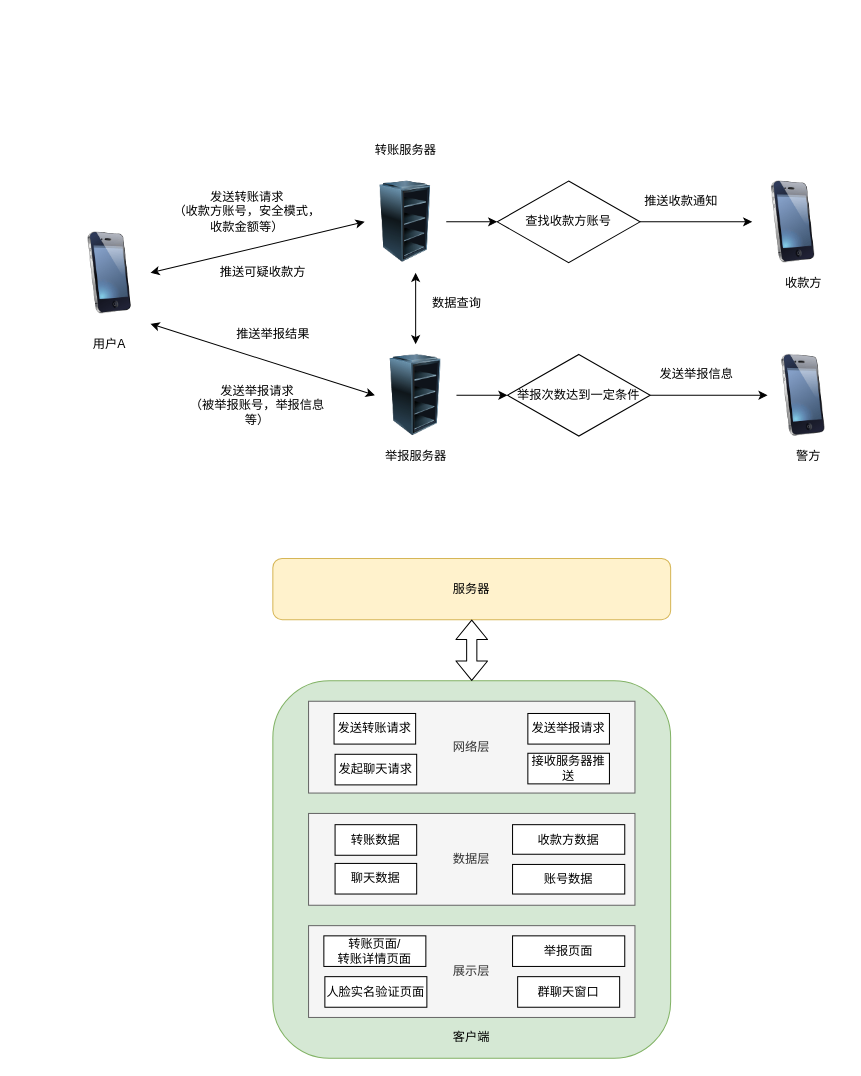
Before: page "Page-9" (9 of 9) of Untitled Diagram.drawio in wind1096471134/Brainstorming, a draw.io diagram. Source tidied: cells renumbered, new cells numbered last; positions are measured from the earlier drawing's top-left corner, leaving out a move shared by most shapes. Both pictures are drawn from the tidied source at 102%, with x=0, y=0 at pixel (68, 140).
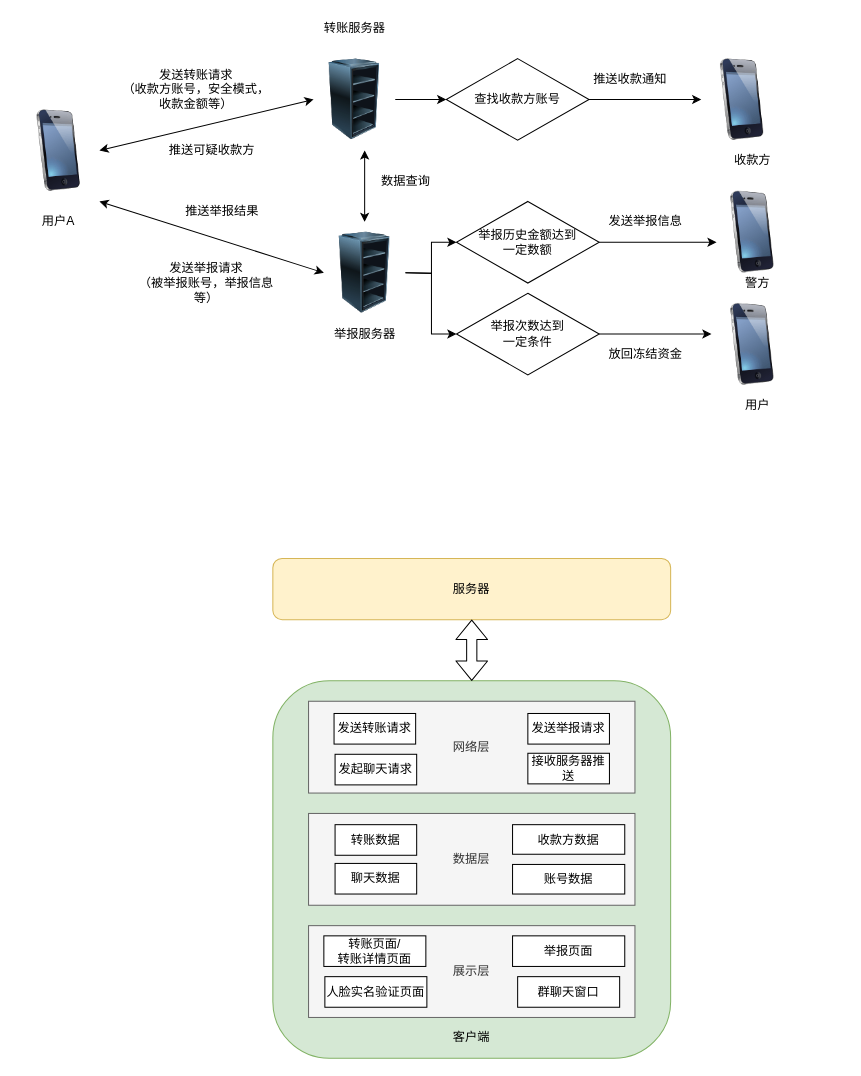
The same diagram, later.

What changed in the source:
```diff
@@
     <mxCell id="2" style="image;html=1;labelBackgroundColor=#ffffff;image=img/lib/clip_art/telecommunication/iPhone_128x128.png;" parent="1" vertex="1">
-      <mxGeometry y="90" width="80" height="80" as="geometry" />
+      <mxGeometry x="-50" y="-30" width="80" height="80" as="geometry" />
     </mxCell>
     <mxCell id="3" value="用户A" style="text;html=1;strokeColor=none;fillColor=none;align=center;verticalAlign=middle;whiteSpace=wrap;rounded=0;" parent="1" vertex="1">
-      <mxGeometry x="20" y="190" width="40" height="20" as="geometry" />
+      <mxGeometry x="-30" y="70" width="40" height="20" as="geometry" />
     </mxCell>
@@
     <mxCell id="5" style="image;html=1;labelBackgroundColor=#ffffff;image=img/lib/clip_art/computers/Server_Rack_Empty_128x128.png;" parent="1" vertex="1">
-      <mxGeometry x="290" y="40" width="80" height="80" as="geometry" />
+      <mxGeometry x="240" y="-80" width="80" height="80" as="geometry" />
     </mxCell>
@@
     <mxCell id="7" value="发送转账请求&lt;br&gt;（收款方账号，安全模式，收款金额等）" style="text;html=1;strokeColor=none;fillColor=none;align=center;verticalAlign=middle;whiteSpace=wrap;rounded=0;" parent="1" vertex="1">
-      <mxGeometry x="100" y="60" width="150" height="20" as="geometry" />
+      <mxGeometry x="50" y="-60" width="150" height="20" as="geometry" />
     </mxCell>
     <mxCell id="8" style="image;html=1;labelBackgroundColor=#ffffff;image=img/lib/clip_art/telecommunication/iPhone_128x128.png;" parent="1" vertex="1">
-      <mxGeometry x="670" y="40" width="80" height="80" as="geometry" />
+      <mxGeometry x="620" y="-80" width="80" height="80" as="geometry" />
     </mxCell>
@@
     <mxCell id="10" value="查找收款方账号" style="rhombus;whiteSpace=wrap;html=1;" parent="1" vertex="1">
-      <mxGeometry x="420" y="40" width="140" height="80" as="geometry" />
+      <mxGeometry x="370" y="-80" width="140" height="80" as="geometry" />
     </mxCell>
     <mxCell id="11" value="收款方" style="text;html=1;align=center;verticalAlign=middle;" parent="1" vertex="1">
-      <mxGeometry x="695" y="130" width="50" height="20" as="geometry" />
+      <mxGeometry x="645" y="10" width="50" height="20" as="geometry" />
     </mxCell>
     <mxCell id="12" value="推送收款通知" style="text;html=1;align=center;verticalAlign=middle;" parent="1" vertex="1">
-      <mxGeometry x="555" y="50" width="90" height="20" as="geometry" />
+      <mxGeometry x="505" y="-70" width="90" height="20" as="geometry" />
     </mxCell>
     <mxCell id="13" style="edgeStyle=orthogonalEdgeStyle;rounded=0;orthogonalLoop=1;jettySize=auto;html=1;exitX=0.5;exitY=1;exitDx=0;exitDy=0;" parent="1" edge="1">
       <mxGeometry relative="1" as="geometry">
-        <mxPoint x="175" y="110" as="sourcePoint" />
-        <mxPoint x="175" y="110" as="targetPoint" />
+        <mxPoint x="125" y="-10" as="sourcePoint" />
+        <mxPoint x="125" y="-10" as="targetPoint" />
       </mxGeometry>
     </mxCell>
     <mxCell id="14" value="转账服务器" style="text;html=1;align=center;verticalAlign=middle;" parent="1" vertex="1">
-      <mxGeometry x="290" width="80" height="20" as="geometry" />
+      <mxGeometry x="240" y="-120" width="80" height="20" as="geometry" />
     </mxCell>
     <mxCell id="15" style="image;html=1;labelBackgroundColor=#ffffff;image=img/lib/clip_art/computers/Server_Rack_Empty_128x128.png;" parent="1" vertex="1">
-      <mxGeometry x="300" y="210" width="80" height="80" as="geometry" />
+      <mxGeometry x="250" y="90" width="80" height="80" as="geometry" />
     </mxCell>
     <mxCell id="16" value="举报服务器" style="text;html=1;align=center;verticalAlign=middle;" parent="1" vertex="1">
-      <mxGeometry x="300" y="300" width="80" height="20" as="geometry" />
+      <mxGeometry x="250" y="180" width="80" height="20" as="geometry" />
     </mxCell>
     <mxCell id="17" style="endArrow=classic;startArrow=classic;html=1;entryX=0;entryY=0.5;entryDx=0;entryDy=0;exitX=1;exitY=0.5;exitDx=0;exitDy=0;" parent="1" edge="1" target="15">
       <mxGeometry relative="1" as="geometry">
-        <mxPoint x="80" y="180" as="sourcePoint" />
+        <mxPoint x="30" y="60" as="sourcePoint" />
       </mxGeometry>
     </mxCell>
     <mxCell id="18" value="发送举报请求&lt;br&gt;（被举报账号，举报信息等）" style="text;html=1;strokeColor=none;fillColor=none;align=center;verticalAlign=middle;whiteSpace=wrap;rounded=0;" parent="1" vertex="1">
-      <mxGeometry x="110" y="250" width="150" height="20" as="geometry" />
+      <mxGeometry x="60" y="130" width="150" height="20" as="geometry" />
     </mxCell>
     <mxCell id="19" style="endArrow=classic;startArrow=classic;html=1;" parent="1" edge="1">
       <mxGeometry relative="1" as="geometry">
-        <mxPoint x="340" y="200" as="sourcePoint" />
-        <mxPoint x="340" y="130" as="targetPoint" />
+        <mxPoint x="290" y="80" as="sourcePoint" />
+        <mxPoint x="290" y="10" as="targetPoint" />
       </mxGeometry>
     </mxCell>
     <mxCell id="20" value="数据查询" style="text;html=1;align=center;verticalAlign=middle;" parent="1" vertex="1">
-      <mxGeometry x="350" y="150" width="60" height="20" as="geometry" />
+      <mxGeometry x="300" y="30" width="60" height="20" as="geometry" />
     </mxCell>
     <mxCell id="21" value="推送可疑收款方" style="text;html=1;align=center;verticalAlign=middle;" parent="1" vertex="1">
-      <mxGeometry x="140" y="120" width="100" height="20" as="geometry" />
+      <mxGeometry x="90" width="100" height="20" as="geometry" />
     </mxCell>
     <mxCell id="22" value="推送举报结果" style="text;html=1;align=center;verticalAlign=middle;" parent="1" vertex="1">
-      <mxGeometry x="155" y="180" width="90" height="20" as="geometry" />
+      <mxGeometry x="105" y="60" width="90" height="20" as="geometry" />
     </mxCell>
@@
     <mxCell id="42" style="image;html=1;labelBackgroundColor=#ffffff;image=img/lib/clip_art/telecommunication/iPhone_128x128.png;" parent="1" vertex="1">
-      <mxGeometry x="680" y="210" width="80" height="80" as="geometry" />
+      <mxGeometry x="630" y="50" width="80" height="80" as="geometry" />
     </mxCell>
     <mxCell id="43" style="edgeStyle=orthogonalEdgeStyle;rounded=0;orthogonalLoop=1;jettySize=auto;html=1;" parent="1" edge="1">
       <mxGeometry relative="1" as="geometry">
-        <mxPoint x="570" y="250" as="sourcePoint" />
-        <mxPoint x="685" y="250" as="targetPoint" />
+        <mxPoint x="520" y="100" as="sourcePoint" />
+        <mxPoint x="635" y="100" as="targetPoint" />
       </mxGeometry>
     </mxCell>
     <mxCell id="44" value="警方" style="text;html=1;align=center;verticalAlign=middle;" parent="1" vertex="1">
-      <mxGeometry x="705" y="300" width="40" height="20" as="geometry" />
+      <mxGeometry x="655" y="130" width="40" height="20" as="geometry" />
     </mxCell>
-    <mxCell id="45" value="举报次数达到一定条件" style="rhombus;whiteSpace=wrap;html=1;" parent="1" vertex="1">
-      <mxGeometry x="430" y="210" width="140" height="80" as="geometry" />
+    <mxCell id="45" value="举报历史金额达到&lt;br&gt;一定数额" style="rhombus;whiteSpace=wrap;html=1;" parent="1" vertex="1">
+      <mxGeometry x="380" y="60" width="140" height="80" as="geometry" />
     </mxCell>
-    <mxCell id="46" style="edgeStyle=orthogonalEdgeStyle;rounded=0;orthogonalLoop=1;jettySize=auto;html=1;entryX=0;entryY=0.5;entryDx=0;entryDy=0;" parent="1" edge="1">
+    <mxCell id="46" style="edgeStyle=orthogonalEdgeStyle;rounded=0;jettySize=auto;html=1;entryX=0;entryY=0.5;entryDx=0;entryDy=0;" parent="1" edge="1" target="45">
       <mxGeometry relative="1" as="geometry">
-        <mxPoint x="380" y="250" as="sourcePoint" />
-        <mxPoint x="430" y="250" as="targetPoint" />
+        <mxPoint x="330" y="130" as="sourcePoint" />
       </mxGeometry>
     </mxCell>
     <mxCell id="47" value="发送举报信息" style="text;html=1;align=center;verticalAlign=middle;" parent="1" vertex="1">
-      <mxGeometry x="570" y="220" width="90" height="20" as="geometry" />
+      <mxGeometry x="520" y="70" width="90" height="20" as="geometry" />
     </mxCell>
+    <mxCell id="48" value="举报次数达到&lt;br&gt;一定条件" style="rhombus;whiteSpace=wrap;html=1;" parent="1" vertex="1">
+      <mxGeometry x="380" y="150" width="140" height="80" as="geometry" />
+    </mxCell>
+    <mxCell id="49" style="edgeStyle=orthogonalEdgeStyle;rounded=0;jettySize=auto;html=1;entryX=0;entryY=0.5;entryDx=0;entryDy=0;" parent="1" edge="1" target="48">
+      <mxGeometry relative="1" as="geometry">
+        <mxPoint x="330" y="130" as="sourcePoint" />
+      </mxGeometry>
+    </mxCell>
+    <mxCell id="50" style="endArrow=classic;html=1;exitX=1;exitY=0.5;exitDx=0;exitDy=0;" parent="1" edge="1" source="48">
+      <mxGeometry relative="1" as="geometry">
+        <mxPoint x="630" y="190" as="targetPoint" />
+      </mxGeometry>
+    </mxCell>
+    <mxCell id="51" style="image;html=1;labelBackgroundColor=#ffffff;image=img/lib/clip_art/telecommunication/iPhone_128x128.png;" parent="1" vertex="1">
+      <mxGeometry x="630" y="160" width="80" height="80" as="geometry" />
+    </mxCell>
+    <mxCell id="52" value="用户" style="text;html=1;align=center;verticalAlign=middle;" parent="1" vertex="1">
+      <mxGeometry x="655" y="250" width="40" height="20" as="geometry" />
+    </mxCell>
+    <mxCell id="53" value="放回冻结资金" style="text;html=1;align=center;verticalAlign=middle;" parent="1" vertex="1">
+      <mxGeometry x="520" y="200" width="90" height="20" as="geometry" />
+    </mxCell>
```
